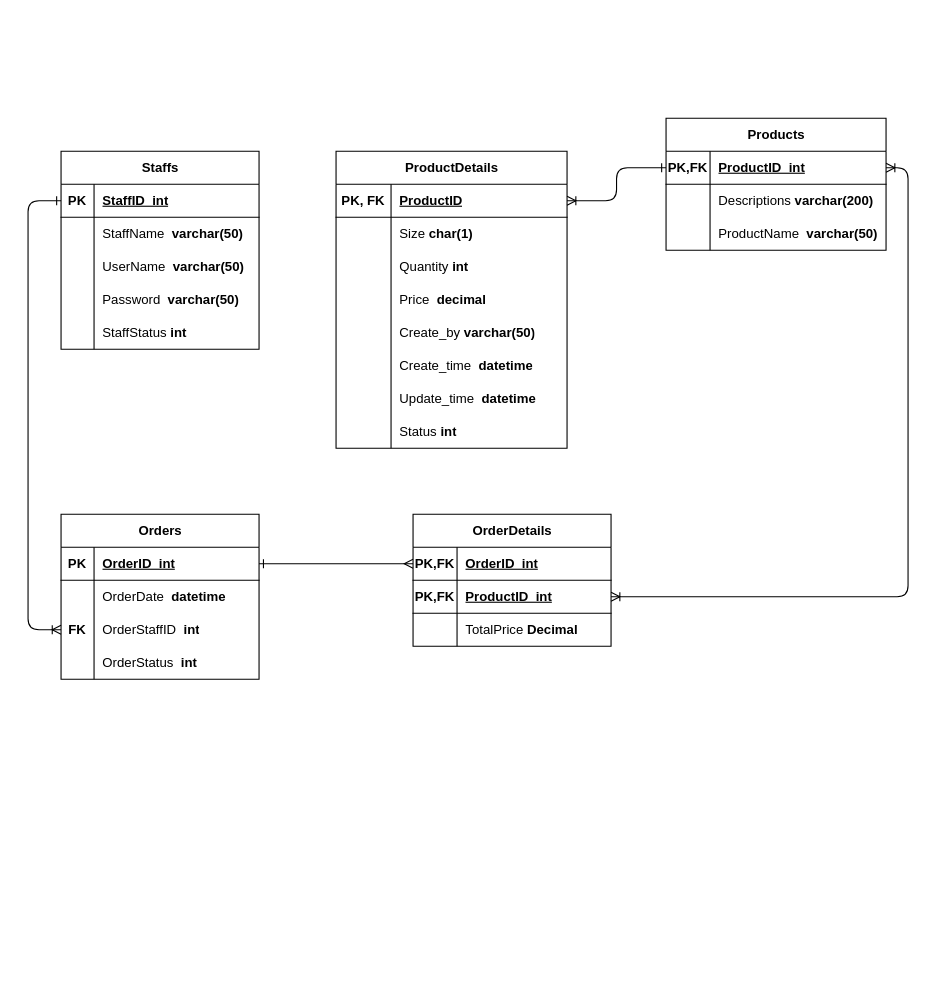
Earlier version of the draw.io diagram page "ERDPhysic" (2 of 2) of Diagram/Entity_Relationship_Diagram/ERD1.drawio (NDuc-Dev/Project-1). Source tidied: cells renumbered, new cells numbered last; positions are measured from the earlier drawing's top-left corner, leaving out a move shared by most shapes. Both pictures are drawn from the tidied source at 110%, with x=0, y=0 at pixel (28, 118).
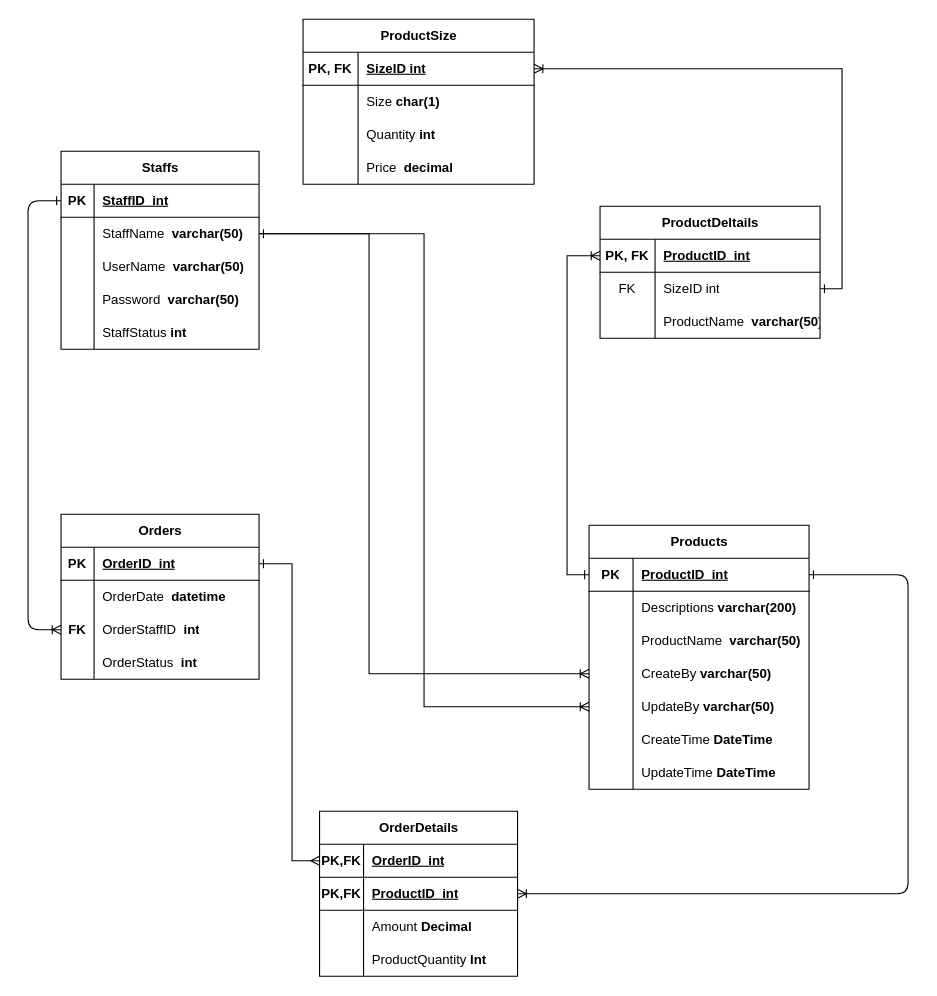
The same page after the edit.

Unchanged cells that the change refers to:
```xml
<mxCell id="3" style="shape=tableRow;horizontal=0;startSize=0;swimlaneHead=0;swimlaneBody=0;fillColor=none;points=[[0,0.5],[1,0.5]];portConstraint=eastwest;top=0;left=0;right=0;bottom=1;" parent="2" vertex="1">
  <mxGeometry y="30" width="200" height="30" as="geometry" />
</mxCell>
<mxCell id="16" style="shape=tableRow;horizontal=0;startSize=0;swimlaneHead=0;swimlaneBody=0;fillColor=none;points=[[0,0.5],[1,0.5]];portConstraint=eastwest;top=0;left=0;right=0;bottom=0;" parent="12" vertex="1">
  <mxGeometry y="60" width="180" height="30" as="geometry" />
</mxCell>
<mxCell id="29" style="shape=tableRow;horizontal=0;startSize=0;swimlaneHead=0;swimlaneBody=0;fillColor=none;points=[[0,0.5],[1,0.5]];portConstraint=eastwest;top=0;left=0;right=0;bottom=1;" parent="28" vertex="1">
  <mxGeometry y="30" width="180" height="30" as="geometry" />
</mxCell>
<mxCell id="42" style="shape=tableRow;horizontal=0;startSize=0;swimlaneHead=0;swimlaneBody=0;fillColor=none;points=[[0,0.5],[1,0.5]];portConstraint=eastwest;top=0;left=0;right=0;bottom=1;" parent="41" vertex="1">
  <mxGeometry y="30" width="180" height="30" as="geometry" />
</mxCell>
<mxCell id="45" style="shape=tableRow;horizontal=0;startSize=0;swimlaneHead=0;swimlaneBody=0;fillColor=none;points=[[0,0.5],[1,0.5]];portConstraint=eastwest;top=0;left=0;right=0;bottom=1;" parent="41" vertex="1">
  <mxGeometry y="60" width="180" height="30" as="geometry" />
</mxCell>
<mxCell id="48" style="shape=tableRow;horizontal=0;startSize=0;swimlaneHead=0;swimlaneBody=0;fillColor=none;top=0;left=0;right=0;bottom=0;" parent="41" vertex="1">
  <mxGeometry y="90" width="180" height="30" as="geometry" />
</mxCell>
<mxCell id="53" style="shape=tableRow;horizontal=0;startSize=0;swimlaneHead=0;swimlaneBody=0;fillColor=none;points=[[0,0.5],[1,0.5]];portConstraint=eastwest;top=0;left=0;right=0;bottom=1;" parent="52" vertex="1">
  <mxGeometry y="30" width="210" height="30" as="geometry" />
</mxCell>
```

Change to the diagram source:
```diff
@@
     <mxCell id="2" value="Products" style="shape=table;startSize=30;childLayout=tableLayout;rowLines=0;fontStyle=1;align=center;html=1;" parent="1" vertex="1">
-      <mxGeometry x="580" width="200" height="120" as="geometry" />
+      <mxGeometry x="510" y="370" width="200" height="240" as="geometry" />
     </mxCell>
@@
-    <mxCell id="4" value="PK,FK" style="shape=partialRectangle;fillColor=none;top=0;left=0;bottom=0;right=0;fontStyle=1;overflow=hidden;whiteSpace=wrap;html=1;" parent="3" vertex="1">
+    <mxCell id="4" value="PK" style="shape=partialRectangle;fillColor=none;top=0;left=0;bottom=0;right=0;fontStyle=1;overflow=hidden;whiteSpace=wrap;html=1;" parent="3" vertex="1">
       <mxGeometry width="40" height="30" as="geometry" />
     </mxCell>
@@
+    <mxCell id="80" style="shape=tableRow;horizontal=0;startSize=0;swimlaneHead=0;swimlaneBody=0;fillColor=none;points=[[0,0.5],[1,0.5]];portConstraint=eastwest;top=0;left=0;right=0;bottom=0;" parent="2" vertex="1">
+      <mxGeometry y="120" width="200" height="30" as="geometry" />
+    </mxCell>
+    <mxCell id="81" style="shape=partialRectangle;fillColor=none;top=0;left=0;bottom=0;right=0;overflow=hidden;whiteSpace=wrap;html=1;" parent="80" vertex="1">
+      <mxGeometry width="40" height="30" as="geometry" />
+    </mxCell>
+    <mxCell id="82" value="CreateBy &lt;b&gt;varchar(50)&lt;/b&gt;" style="shape=partialRectangle;fillColor=none;top=0;left=0;bottom=0;right=0;align=left;spacingLeft=6;overflow=hidden;whiteSpace=wrap;html=1;" parent="80" vertex="1">
+      <mxGeometry x="40" width="160" height="30" as="geometry" />
+    </mxCell>
+    <mxCell id="83" style="shape=tableRow;horizontal=0;startSize=0;swimlaneHead=0;swimlaneBody=0;fillColor=none;points=[[0,0.5],[1,0.5]];portConstraint=eastwest;top=0;left=0;right=0;bottom=0;" parent="2" vertex="1">
+      <mxGeometry y="150" width="200" height="30" as="geometry" />
+    </mxCell>
+    <mxCell id="84" style="shape=partialRectangle;fillColor=none;top=0;left=0;bottom=0;right=0;overflow=hidden;whiteSpace=wrap;html=1;" parent="83" vertex="1">
+      <mxGeometry width="40" height="30" as="geometry" />
+    </mxCell>
+    <mxCell id="85" value="UpdateBy &lt;b&gt;varchar(50)&lt;/b&gt;" style="shape=partialRectangle;fillColor=none;top=0;left=0;bottom=0;right=0;align=left;spacingLeft=6;overflow=hidden;whiteSpace=wrap;html=1;" parent="83" vertex="1">
+      <mxGeometry x="40" width="160" height="30" as="geometry" />
+    </mxCell>
+    <mxCell id="86" style="shape=tableRow;horizontal=0;startSize=0;swimlaneHead=0;swimlaneBody=0;fillColor=none;top=0;left=0;right=0;bottom=0;" parent="2" vertex="1">
+      <mxGeometry y="180" width="200" height="30" as="geometry" />
+    </mxCell>
+    <mxCell id="87" style="shape=partialRectangle;fillColor=none;top=0;left=0;bottom=0;right=0;overflow=hidden;whiteSpace=wrap;html=1;" parent="86" vertex="1">
+      <mxGeometry width="40" height="30" as="geometry" />
+    </mxCell>
+    <mxCell id="88" value="CreateTime &lt;b&gt;DateTime&lt;/b&gt;" style="shape=partialRectangle;fillColor=none;top=0;left=0;bottom=0;right=0;align=left;spacingLeft=6;overflow=hidden;whiteSpace=wrap;html=1;" parent="86" vertex="1">
+      <mxGeometry x="40" width="160" height="30" as="geometry" />
+    </mxCell>
+    <mxCell id="89" style="shape=tableRow;horizontal=0;startSize=0;swimlaneHead=0;swimlaneBody=0;fillColor=none;top=0;left=0;right=0;bottom=0;" parent="2" vertex="1">
+      <mxGeometry y="210" width="200" height="30" as="geometry" />
+    </mxCell>
+    <mxCell id="90" style="shape=partialRectangle;fillColor=none;top=0;left=0;bottom=0;right=0;overflow=hidden;whiteSpace=wrap;html=1;" parent="89" vertex="1">
+      <mxGeometry width="40" height="30" as="geometry" />
+    </mxCell>
+    <mxCell id="91" value="UpdateTime &lt;b&gt;DateTime&lt;/b&gt;" style="shape=partialRectangle;fillColor=none;top=0;left=0;bottom=0;right=0;align=left;spacingLeft=6;overflow=hidden;whiteSpace=wrap;html=1;" parent="89" vertex="1">
+      <mxGeometry x="40" width="160" height="30" as="geometry" />
+    </mxCell>
@@
     <mxCell id="41" value="OrderDetails" style="shape=table;startSize=30;childLayout=tableLayout;rowLines=0;fontStyle=1;align=center;html=1;" parent="1" vertex="1">
-      <mxGeometry x="350" y="360" width="180" height="120" as="geometry" />
+      <mxGeometry x="265" y="630" width="180" height="150" as="geometry" />
     </mxCell>
@@
-    <mxCell id="50" value="TotalPrice &lt;b&gt;Decimal&lt;/b&gt;" style="shape=partialRectangle;fillColor=none;top=0;left=0;bottom=0;right=0;align=left;spacingLeft=6;overflow=hidden;whiteSpace=wrap;html=1;" parent="48" vertex="1">
+    <mxCell id="50" value="Amount&amp;nbsp;&lt;b&gt;Decimal&lt;/b&gt;" style="shape=partialRectangle;fillColor=none;top=0;left=0;bottom=0;right=0;align=left;spacingLeft=6;overflow=hidden;whiteSpace=wrap;html=1;" parent="48" vertex="1">
       <mxGeometry x="40" width="140" height="30" as="geometry" />
     </mxCell>
+    <mxCell id="92" style="shape=tableRow;horizontal=0;startSize=0;swimlaneHead=0;swimlaneBody=0;fillColor=none;top=0;left=0;right=0;bottom=0;" parent="41" vertex="1">
+      <mxGeometry y="120" width="180" height="30" as="geometry" />
+    </mxCell>
+    <mxCell id="93" style="shape=partialRectangle;fillColor=none;top=0;left=0;bottom=0;right=0;overflow=hidden;whiteSpace=wrap;html=1;" parent="92" vertex="1">
+      <mxGeometry width="40" height="30" as="geometry" />
+    </mxCell>
+    <mxCell id="94" value="ProductQuantity&lt;b&gt;&amp;nbsp;Int&lt;/b&gt;" style="shape=partialRectangle;fillColor=none;top=0;left=0;bottom=0;right=0;align=left;spacingLeft=6;overflow=hidden;whiteSpace=wrap;html=1;" parent="92" vertex="1">
+      <mxGeometry x="40" width="140" height="30" as="geometry" />
+    </mxCell>
     <mxCell id="51" style="edgeStyle=orthogonalEdgeStyle;rounded=0;jettySize=auto;html=1;entryX=0;entryY=0.5;entryDx=0;entryDy=0;startArrow=ERone;startFill=0;endArrow=ERmany;endFill=0;exitX=1;exitY=0.5;exitDx=0;exitDy=0;" parent="1" edge="1" source="29" target="42">
-      <mxGeometry relative="1" as="geometry" />
+      <mxGeometry relative="1" as="geometry">
+        <Array as="points">
+          <mxPoint x="240" y="405" />
+          <mxPoint x="240" y="675" />
+        </Array>
+      </mxGeometry>
     </mxCell>
-    <mxCell id="52" value="ProductDetails" style="shape=table;startSize=30;childLayout=tableLayout;rowLines=0;fontStyle=1;align=center;html=1;" parent="1" vertex="1">
-      <mxGeometry x="280" y="30" width="210" height="270" as="geometry" />
+    <mxCell id="52" value="ProductSize" style="shape=table;startSize=30;childLayout=tableLayout;rowLines=0;fontStyle=1;align=center;html=1;" parent="1" vertex="1">
+      <mxGeometry x="250" y="-90" width="210" height="150" as="geometry" />
     </mxCell>
@@
-    <mxCell id="55" value="ProductID" style="shape=partialRectangle;fillColor=none;top=0;left=0;bottom=0;right=0;align=left;spacingLeft=6;fontStyle=5;overflow=hidden;whiteSpace=wrap;html=1;" parent="53" vertex="1">
+    <mxCell id="55" value="SizeID int" style="shape=partialRectangle;fillColor=none;top=0;left=0;bottom=0;right=0;align=left;spacingLeft=6;fontStyle=5;overflow=hidden;whiteSpace=wrap;html=1;" parent="53" vertex="1">
       <mxGeometry x="50" width="160" height="30" as="geometry" />
     </mxCell>
@@
-    <mxCell id="65" style="shape=tableRow;horizontal=0;startSize=0;swimlaneHead=0;swimlaneBody=0;fillColor=none;top=0;left=0;right=0;bottom=0;" parent="52" vertex="1">
-      <mxGeometry y="150" width="210" height="30" as="geometry" />
-    </mxCell>
-    <mxCell id="66" style="shape=partialRectangle;fillColor=none;top=0;left=0;bottom=0;right=0;overflow=hidden;whiteSpace=wrap;html=1;" parent="65" vertex="1">
-      <mxGeometry width="50" height="30" as="geometry" />
-    </mxCell>
-    <mxCell id="67" value="Create_by &lt;b&gt;varchar(50)&lt;/b&gt;" style="shape=partialRectangle;fillColor=none;top=0;left=0;bottom=0;right=0;align=left;spacingLeft=6;overflow=hidden;whiteSpace=wrap;html=1;" parent="65" vertex="1">
-      <mxGeometry x="50" width="160" height="30" as="geometry" />
-    </mxCell>
-    <mxCell id="68" style="shape=tableRow;horizontal=0;startSize=0;swimlaneHead=0;swimlaneBody=0;fillColor=none;top=0;left=0;right=0;bottom=0;" parent="52" vertex="1">
-      <mxGeometry y="180" width="210" height="30" as="geometry" />
-    </mxCell>
-    <mxCell id="69" style="shape=partialRectangle;fillColor=none;top=0;left=0;bottom=0;right=0;overflow=hidden;whiteSpace=wrap;html=1;" parent="68" vertex="1">
-      <mxGeometry width="50" height="30" as="geometry" />
-    </mxCell>
-    <mxCell id="70" value="Create_time&amp;nbsp; &lt;b&gt;datetime&lt;/b&gt;" style="shape=partialRectangle;fillColor=none;top=0;left=0;bottom=0;right=0;align=left;spacingLeft=6;overflow=hidden;whiteSpace=wrap;html=1;" parent="68" vertex="1">
-      <mxGeometry x="50" width="160" height="30" as="geometry" />
-    </mxCell>
-    <mxCell id="71" style="shape=tableRow;horizontal=0;startSize=0;swimlaneHead=0;swimlaneBody=0;fillColor=none;top=0;left=0;right=0;bottom=0;" parent="52" vertex="1">
-      <mxGeometry y="210" width="210" height="30" as="geometry" />
-    </mxCell>
-    <mxCell id="72" style="shape=partialRectangle;fillColor=none;top=0;left=0;bottom=0;right=0;overflow=hidden;whiteSpace=wrap;html=1;" parent="71" vertex="1">
-      <mxGeometry width="50" height="30" as="geometry" />
-    </mxCell>
-    <mxCell id="73" value="Update_time&amp;nbsp;&amp;nbsp;&lt;b&gt;datetime&lt;/b&gt;" style="shape=partialRectangle;fillColor=none;top=0;left=0;bottom=0;right=0;align=left;spacingLeft=6;overflow=hidden;whiteSpace=wrap;html=1;" parent="71" vertex="1">
-      <mxGeometry x="50" width="160" height="30" as="geometry" />
-    </mxCell>
-    <mxCell id="74" style="shape=tableRow;horizontal=0;startSize=0;swimlaneHead=0;swimlaneBody=0;fillColor=none;top=0;left=0;right=0;bottom=0;" parent="52" vertex="1">
-      <mxGeometry y="240" width="210" height="30" as="geometry" />
-    </mxCell>
-    <mxCell id="75" style="shape=partialRectangle;fillColor=none;top=0;left=0;bottom=0;right=0;overflow=hidden;whiteSpace=wrap;html=1;" parent="74" vertex="1">
-      <mxGeometry width="50" height="30" as="geometry" />
-    </mxCell>
-    <mxCell id="76" value="Status &lt;b&gt;int&lt;/b&gt;" style="shape=partialRectangle;fillColor=none;top=0;left=0;bottom=0;right=0;align=left;spacingLeft=6;overflow=hidden;whiteSpace=wrap;html=1;" parent="74" vertex="1">
-      <mxGeometry x="50" width="160" height="30" as="geometry" />
-    </mxCell>
-    <mxCell id="77" style="edgeStyle=orthogonalEdgeStyle;html=1;exitX=0;exitY=0.5;exitDx=0;exitDy=0;entryX=1;entryY=0.5;entryDx=0;entryDy=0;startArrow=ERone;startFill=0;endArrow=ERoneToMany;endFill=0;" parent="1" edge="1" source="3" target="53">
-      <mxGeometry relative="1" as="geometry" />
-    </mxCell>
-    <mxCell id="78" style="edgeStyle=orthogonalEdgeStyle;html=1;exitX=1;exitY=0.5;exitDx=0;exitDy=0;entryX=1;entryY=0.5;entryDx=0;entryDy=0;startArrow=ERoneToMany;startFill=0;endArrow=ERoneToMany;endFill=0;" parent="1" edge="1" source="45" target="3">
+    <mxCell id="78" style="edgeStyle=orthogonalEdgeStyle;html=1;exitX=1;exitY=0.5;exitDx=0;exitDy=0;entryX=1;entryY=0.5;entryDx=0;entryDy=0;startArrow=ERoneToMany;startFill=0;endArrow=ERone;endFill=0;" parent="1" edge="1" source="45" target="3">
       <mxGeometry relative="1" as="geometry">
         <Array as="points">
-          <mxPoint x="800" y="435" />
-          <mxPoint x="800" y="45" />
+          <mxPoint x="800" y="705" />
+          <mxPoint x="800" y="415" />
         </Array>
       </mxGeometry>
     </mxCell>
@@
+    <mxCell id="95" value="ProductDeltails" style="shape=table;startSize=30;childLayout=tableLayout;rowLines=0;fontStyle=1;align=center;html=1;" parent="1" vertex="1">
+      <mxGeometry x="520" y="80" width="200" height="120" as="geometry" />
+    </mxCell>
+    <mxCell id="96" style="shape=tableRow;horizontal=0;startSize=0;swimlaneHead=0;swimlaneBody=0;fillColor=none;points=[[0,0.5],[1,0.5]];portConstraint=eastwest;top=0;left=0;right=0;bottom=1;" parent="95" vertex="1">
+      <mxGeometry y="30" width="200" height="30" as="geometry" />
+    </mxCell>
+    <mxCell id="97" value="PK, FK" style="shape=partialRectangle;fillColor=none;top=0;left=0;bottom=0;right=0;fontStyle=1;overflow=hidden;whiteSpace=wrap;html=1;" parent="96" vertex="1">
+      <mxGeometry width="50" height="30" as="geometry" />
+    </mxCell>
+    <mxCell id="98" value="ProductID&amp;nbsp; int" style="shape=partialRectangle;fillColor=none;top=0;left=0;bottom=0;right=0;align=left;spacingLeft=6;fontStyle=5;overflow=hidden;whiteSpace=wrap;html=1;" parent="96" vertex="1">
+      <mxGeometry x="50" width="150" height="30" as="geometry" />
+    </mxCell>
+    <mxCell id="99" style="shape=tableRow;horizontal=0;startSize=0;swimlaneHead=0;swimlaneBody=0;fillColor=none;points=[[0,0.5],[1,0.5]];portConstraint=eastwest;top=0;left=0;right=0;bottom=0;" parent="95" vertex="1">
+      <mxGeometry y="60" width="200" height="30" as="geometry" />
+    </mxCell>
+    <mxCell id="100" value="FK" style="shape=partialRectangle;fillColor=none;top=0;left=0;bottom=0;right=0;overflow=hidden;whiteSpace=wrap;html=1;" parent="99" vertex="1">
+      <mxGeometry width="50" height="30" as="geometry" />
+    </mxCell>
+    <mxCell id="101" value="SizeID int" style="shape=partialRectangle;fillColor=none;top=0;left=0;bottom=0;right=0;align=left;spacingLeft=6;overflow=hidden;whiteSpace=wrap;html=1;" parent="99" vertex="1">
+      <mxGeometry x="50" width="150" height="30" as="geometry" />
+    </mxCell>
+    <mxCell id="102" style="shape=tableRow;horizontal=0;startSize=0;swimlaneHead=0;swimlaneBody=0;fillColor=none;top=0;left=0;right=0;bottom=0;" parent="95" vertex="1">
+      <mxGeometry y="90" width="200" height="30" as="geometry" />
+    </mxCell>
+    <mxCell id="103" style="shape=partialRectangle;fillColor=none;top=0;left=0;bottom=0;right=0;overflow=hidden;whiteSpace=wrap;html=1;" parent="102" vertex="1">
+      <mxGeometry width="50" height="30" as="geometry" />
+    </mxCell>
+    <mxCell id="104" value="ProductName&amp;nbsp;&lt;b&gt;&amp;nbsp;varchar(50)&lt;/b&gt;" style="shape=partialRectangle;fillColor=none;top=0;left=0;bottom=0;right=0;align=left;spacingLeft=6;overflow=hidden;whiteSpace=wrap;html=1;" parent="102" vertex="1">
+      <mxGeometry x="50" width="150" height="30" as="geometry" />
+    </mxCell>
+    <mxCell id="105" style="edgeStyle=orthogonalEdgeStyle;rounded=0;jettySize=auto;html=1;exitX=0;exitY=0.5;exitDx=0;exitDy=0;entryX=0;entryY=0.5;entryDx=0;entryDy=0;endArrow=ERoneToMany;endFill=0;startArrow=ERone;startFill=0;" parent="1" edge="1" source="3" target="96">
+      <mxGeometry relative="1" as="geometry" />
+    </mxCell>
+    <mxCell id="106" style="edgeStyle=orthogonalEdgeStyle;rounded=0;jettySize=auto;html=1;exitX=1;exitY=0.5;exitDx=0;exitDy=0;entryX=1;entryY=0.5;entryDx=0;entryDy=0;endArrow=ERoneToMany;endFill=0;startArrow=ERone;startFill=0;" parent="1" edge="1" source="99" target="53">
+      <mxGeometry relative="1" as="geometry" />
+    </mxCell>
+    <mxCell id="107" style="edgeStyle=orthogonalEdgeStyle;rounded=0;jettySize=auto;html=1;exitX=1;exitY=0.5;exitDx=0;exitDy=0;entryX=0;entryY=0.5;entryDx=0;entryDy=0;startArrow=ERone;startFill=0;endArrow=ERoneToMany;endFill=0;" parent="1" edge="1" source="16" target="80">
+      <mxGeometry relative="1" as="geometry">
+        <Array as="points">
+          <mxPoint x="310" y="105" />
+          <mxPoint x="310" y="505" />
+        </Array>
+      </mxGeometry>
+    </mxCell>
+    <mxCell id="108" style="edgeStyle=orthogonalEdgeStyle;rounded=0;jettySize=auto;html=1;entryX=0;entryY=0.5;entryDx=0;entryDy=0;endArrow=ERoneToMany;endFill=0;" parent="1" edge="1" source="16" target="83">
+      <mxGeometry relative="1" as="geometry" />
+    </mxCell>
```
